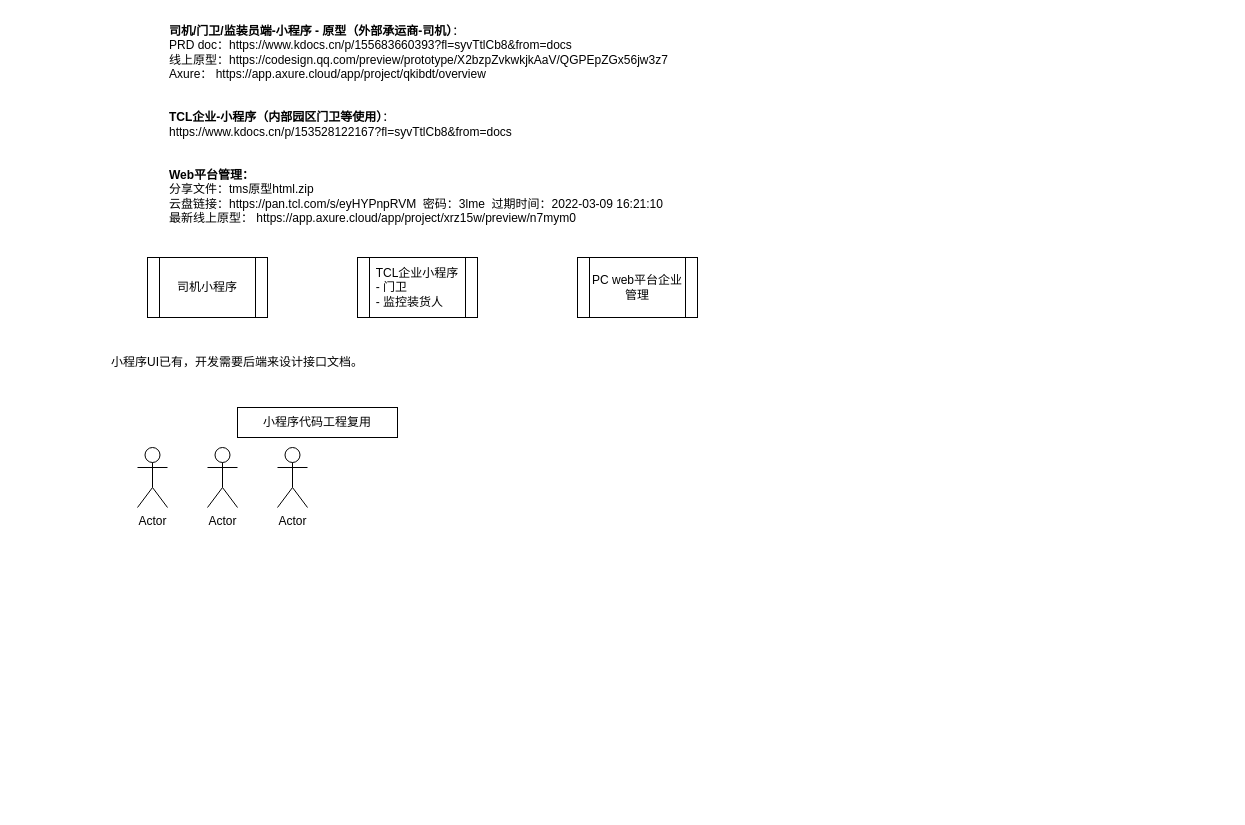
Above: page "触点端" (1 of 11) of TMS.drawio in lawplus/diagrams (draw.io), before the change. Source tidied: cells renumbered, new cells numbered last; positions are measured from the earlier drawing's top-left corner, leaving out a move shared by most shapes. Both pictures are drawn from the tidied source at 100%, with x=0, y=0 at pixel (87, 17).
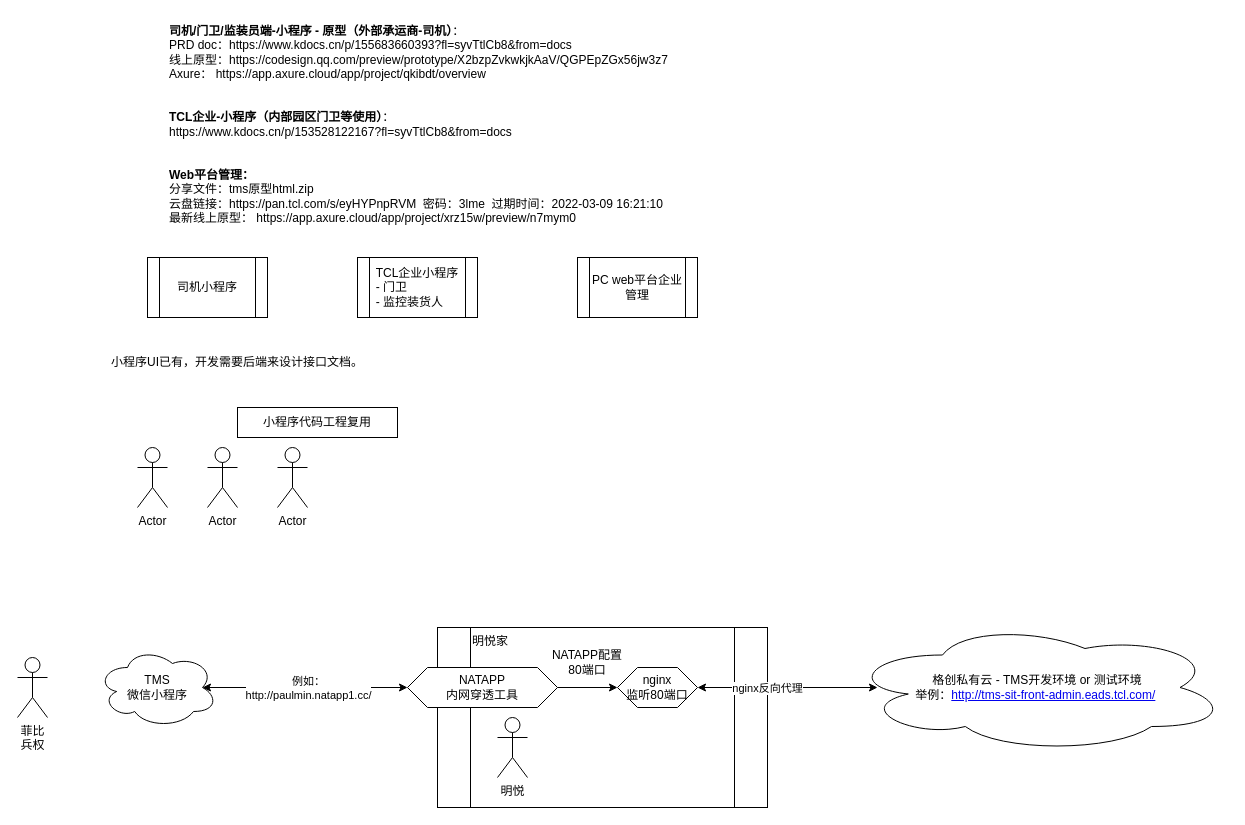
The same diagram, later.

What changed in the source:
```diff
@@
+    <mxCell id="11" value="明悦家" style="shape=process;whiteSpace=wrap;html=1;backgroundOutline=1;align=left;verticalAlign=top;" parent="1" vertex="1">
+      <mxGeometry x="350" y="610" width="330" height="180" as="geometry" />
+    </mxCell>
@@
+    <mxCell id="12" value="TMS&lt;br&gt;微信小程序" style="ellipse;shape=cloud;whiteSpace=wrap;html=1;" parent="1" vertex="1">
+      <mxGeometry x="10" y="630" width="120" height="80" as="geometry" />
+    </mxCell>
+    <mxCell id="13" value="明悦" style="shape=umlActor;verticalLabelPosition=bottom;verticalAlign=top;html=1;" parent="1" vertex="1">
+      <mxGeometry x="410" y="700" width="30" height="60" as="geometry" />
+    </mxCell>
+    <mxCell id="14" value="nginx&lt;br&gt;监听80端口" style="shape=hexagon;perimeter=hexagonPerimeter2;whiteSpace=wrap;html=1;fixedSize=1;" parent="1" vertex="1">
+      <mxGeometry x="530" y="650" width="80" height="40" as="geometry" />
+    </mxCell>
+    <mxCell id="15" style="endArrow=classic;startArrow=classic;html=1;rounded=0;entryX=0.079;entryY=0.5;entryDx=0;entryDy=0;entryPerimeter=0;" parent="1" edge="1" source="14" target="17">
+      <mxGeometry relative="1" as="geometry" />
+    </mxCell>
+    <mxCell id="16" value="nginx反向代理" style="edgeLabel;html=1;align=center;verticalAlign=middle;" parent="15" vertex="1">
+      <mxGeometry x="0.55" relative="1" as="geometry">
+        <mxPoint x="-71" as="offset" />
+      </mxGeometry>
+    </mxCell>
+    <mxCell id="17" value="格创私有云 - TMS开发环境 or 测试环境&lt;br&gt;举例：&lt;a href=&quot;https://tms-sit-front-admin.eads.tcl.com/&quot;&gt;http://tms-sit-front-admin.eads.tcl.com/&lt;/a&gt;&lt;span&gt;&amp;nbsp;&lt;/span&gt;" style="ellipse;shape=cloud;whiteSpace=wrap;html=1;" parent="1" vertex="1">
+      <mxGeometry x="760" y="605" width="380" height="130" as="geometry" />
+    </mxCell>
+    <mxCell id="18" style="edgeStyle=orthogonalEdgeStyle;rounded=0;jettySize=auto;html=1;" parent="1" edge="1" source="19" target="14">
+      <mxGeometry relative="1" as="geometry" />
+    </mxCell>
+    <mxCell id="19" value="NATAPP&lt;br&gt;内网穿透工具" style="shape=hexagon;perimeter=hexagonPerimeter2;whiteSpace=wrap;html=1;fixedSize=1;" parent="1" vertex="1">
+      <mxGeometry x="320" y="650" width="150" height="40" as="geometry" />
+    </mxCell>
+    <mxCell id="20" value="菲比&lt;br&gt;兵权" style="shape=umlActor;verticalLabelPosition=bottom;verticalAlign=top;html=1;" parent="1" vertex="1">
+      <mxGeometry x="-70" y="640" width="30" height="60" as="geometry" />
+    </mxCell>
+    <mxCell id="21" style="endArrow=classic;startArrow=classic;html=1;rounded=0;entryX=0;entryY=0.5;entryDx=0;entryDy=0;exitX=0.875;exitY=0.5;exitDx=0;exitDy=0;exitPerimeter=0;" parent="1" edge="1" source="12" target="19">
+      <mxGeometry relative="1" as="geometry" />
+    </mxCell>
+    <mxCell id="22" value="例如：&lt;br&gt;&lt;span style=&quot;font-size: 11px&quot;&gt;http://paulmin.natapp1.cc/&lt;/span&gt;" style="edgeLabel;html=1;align=center;verticalAlign=middle;" parent="21" vertex="1">
+      <mxGeometry x="0.18" relative="1" as="geometry">
+        <mxPoint x="-16" as="offset" />
+      </mxGeometry>
+    </mxCell>
+    <mxCell id="23" value="NATAPP配置80端口" style="text;html=1;strokeColor=none;fillColor=none;align=center;verticalAlign=middle;whiteSpace=wrap;rounded=0;" parent="1" vertex="1">
+      <mxGeometry x="460" y="630" width="80" height="30" as="geometry" />
+    </mxCell>
```
